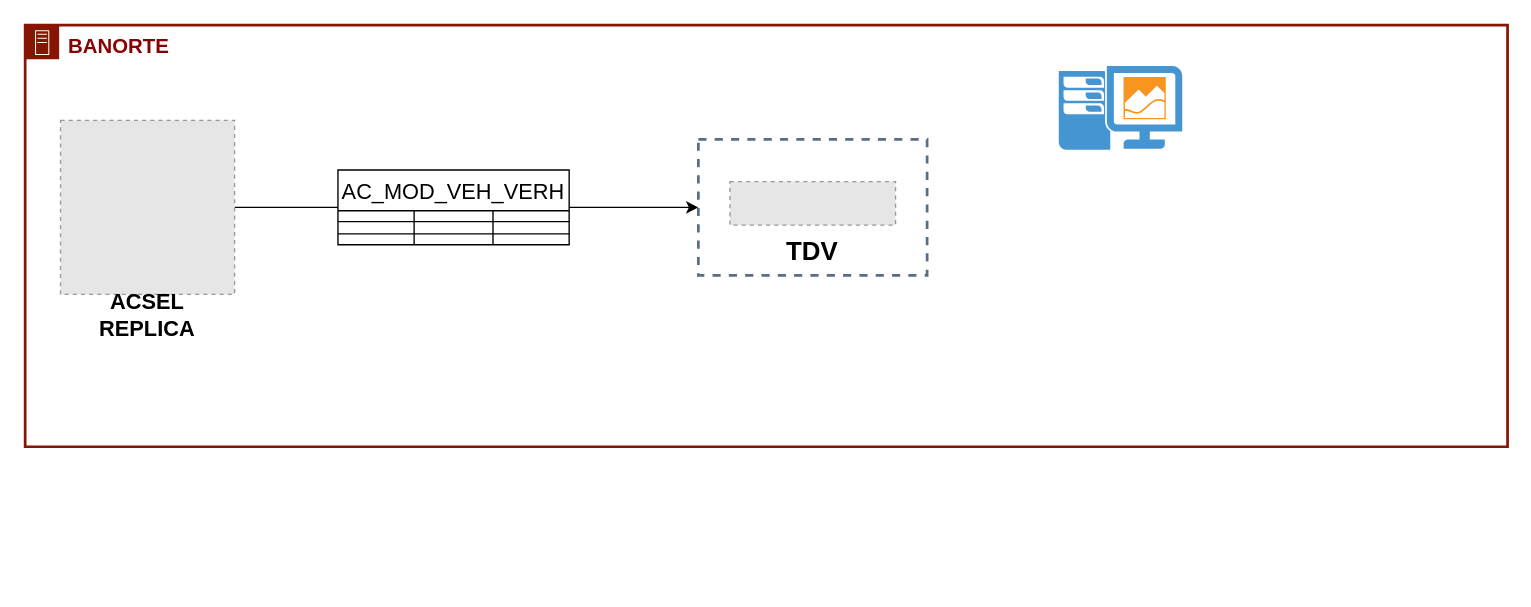
Earlier version of the draw.io diagram CatalogoAutos.drawio (endoeca2/Diagramas). Source tidied: cells renumbered, new cells numbered last; positions are measured from the earlier drawing's top-left corner, leaving out a move shared by most shapes. Both pictures are drawn from the tidied source at 136%, with x=0, y=0 at pixel (24, 24). Pictures stored in the file or linked from it are replaced by grey dashed boxes.
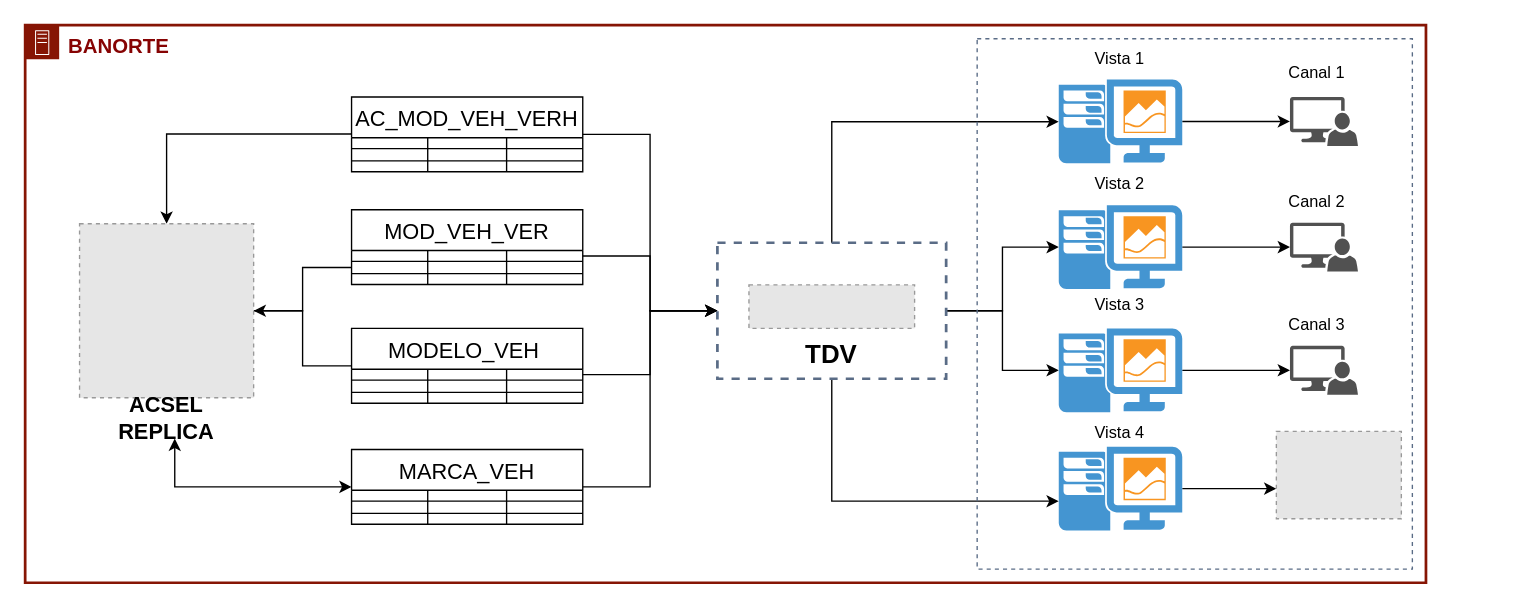
The same diagram, later.

Diff of the diagram source:
```diff
@@
     <mxCell id="2" value="&lt;b&gt;&lt;font color=&quot;#860303&quot; style=&quot;font-size: 15px;&quot;&gt;BANORTE&lt;/font&gt;&lt;/b&gt;" style="gradientColor=none;html=1;whiteSpace=wrap;fontSize=12;fontStyle=0;shape=mxgraph.aws4.group;grIcon=mxgraph.aws4.group_on_premise;strokeColor=#861504;fillColor=none;verticalAlign=top;align=left;spacingLeft=30;fontColor=#5A6C86;dashed=0;strokeWidth=2;" parent="1" vertex="1">
-      <mxGeometry width="1090" height="310" as="geometry" />
+      <mxGeometry width="1030" height="410" as="geometry" />
     </mxCell>
-    <mxCell id="3" style="edgeStyle=orthogonalEdgeStyle;rounded=0;jettySize=auto;html=1;endArrow=none;endFill=0;" parent="2" edge="1" source="4" target="6">
-      <mxGeometry relative="1" as="geometry" />
+    <mxCell id="3" style="edgeStyle=orthogonalEdgeStyle;rounded=0;jettySize=auto;html=1;endArrow=none;endFill=0;startArrow=classic;startFill=1;" parent="2" edge="1" source="4" target="6">
+      <mxGeometry relative="1" as="geometry">
+        <Array as="points">
+          <mxPoint x="104" y="80" />
+        </Array>
+      </mxGeometry>
     </mxCell>
+    <mxCell id="24" style="edgeStyle=orthogonalEdgeStyle;rounded=0;jettySize=auto;html=1;entryX=0;entryY=0.5;entryDx=0;entryDy=0;endArrow=none;endFill=0;" parent="2" edge="1" source="4" target="51">
+      <mxGeometry relative="1" as="geometry" />
+    </mxCell>
+    <mxCell id="25" style="edgeStyle=orthogonalEdgeStyle;rounded=0;jettySize=auto;html=1;entryX=0;entryY=0.5;entryDx=0;entryDy=0;endArrow=none;endFill=0;startArrow=classic;startFill=1;" parent="2" edge="1" source="4" target="59">
+      <mxGeometry relative="1" as="geometry" />
+    </mxCell>
     <mxCell id="4" style="fillColor=#E6E6E6;strokeColor=#999999;dashed=1;html=1;verticalAlign=top;verticalLabelPosition=bottom;labelBackgroundColor=#ffffff;" parent="2" vertex="1">
-      <mxGeometry x="26" y="70" width="128" height="128" as="geometry" />
+      <mxGeometry x="40" y="146" width="128" height="128" as="geometry" />
     </mxCell>
+    <mxCell id="26" style="edgeStyle=orthogonalEdgeStyle;rounded=0;jettySize=auto;html=1;entryX=0;entryY=0.5;entryDx=0;entryDy=0;startArrow=classic;startFill=1;" parent="2" edge="1" source="5" target="73">
+      <mxGeometry relative="1" as="geometry">
+        <Array as="points">
+          <mxPoint x="110" y="340" />
+        </Array>
+      </mxGeometry>
+    </mxCell>
     <mxCell id="5" value="&lt;font style=&quot;font-size: 16px;&quot;&gt;ACSEL&lt;br&gt;REPLICA&lt;/font&gt;" style="text;html=1;strokeColor=none;fillColor=none;align=center;verticalAlign=middle;whiteSpace=wrap;rounded=0;fontSize=15;fontStyle=1;" parent="2" vertex="1">
-      <mxGeometry x="41.2" y="198" width="97.5" height="30" as="geometry" />
+      <mxGeometry x="55.2" y="274" width="97.5" height="30" as="geometry" />
     </mxCell>
     <mxCell id="6" value="AC_MOD_VEH_VERH" style="shape=table;startSize=30;childLayout=tableLayout;strokeColor=default;fontSize=16;" parent="2" vertex="1">
-      <mxGeometry x="230" y="106.5" width="170" height="55" as="geometry" />
+      <mxGeometry x="240" y="52.8" width="170" height="55" as="geometry" />
     </mxCell>
@@
     <mxCell id="19" style="fillColor=#E6E6E6;strokeColor=#999999;dashed=1;verticalLabelPosition=bottom;labelBackgroundColor=default;verticalAlign=top;" parent="2" vertex="1">
-      <mxGeometry x="518.2" y="115" width="121.8" height="32" as="geometry" />
+      <mxGeometry x="532.2" y="191" width="121.8" height="32" as="geometry" />
     </mxCell>
     <mxCell id="20" value="&lt;font style=&quot;font-size: 19px;&quot;&gt;TDV&lt;/font&gt;" style="text;html=1;strokeColor=none;fillColor=none;align=center;verticalAlign=middle;whiteSpace=wrap;rounded=0;fontSize=17;fontStyle=1;" parent="2" vertex="1">
-      <mxGeometry x="529.1" y="147" width="100" height="40" as="geometry" />
+      <mxGeometry x="543.1" y="223" width="100" height="40" as="geometry" />
     </mxCell>
+    <mxCell id="27" style="edgeStyle=orthogonalEdgeStyle;rounded=0;jettySize=auto;html=1;" parent="2" edge="1" source="21" target="33">
+      <mxGeometry relative="1" as="geometry" />
+    </mxCell>
+    <mxCell id="28" style="edgeStyle=orthogonalEdgeStyle;rounded=0;jettySize=auto;html=1;" parent="2" edge="1" source="21" target="35">
+      <mxGeometry relative="1" as="geometry" />
+    </mxCell>
+    <mxCell id="29" style="edgeStyle=orthogonalEdgeStyle;rounded=0;jettySize=auto;html=1;" parent="2" edge="1" source="21" target="37">
+      <mxGeometry relative="1" as="geometry">
+        <Array as="points">
+          <mxPoint x="593" y="350" />
+        </Array>
+      </mxGeometry>
+    </mxCell>
+    <mxCell id="30" style="edgeStyle=orthogonalEdgeStyle;rounded=0;jettySize=auto;html=1;" parent="2" edge="1" source="21" target="23">
+      <mxGeometry relative="1" as="geometry">
+        <Array as="points">
+          <mxPoint x="593" y="71" />
+        </Array>
+      </mxGeometry>
+    </mxCell>
     <mxCell id="21" style="fillColor=none;strokeColor=#5A6C86;dashed=1;verticalAlign=top;fontStyle=0;fontColor=#5A6C86;whiteSpace=wrap;html=1;strokeWidth=2;" parent="2" vertex="1">
-      <mxGeometry x="495" y="84" width="168.2" height="100" as="geometry" />
+      <mxGeometry x="509" y="160" width="168.2" height="100" as="geometry" />
     </mxCell>
@@
+    <mxCell id="31" style="edgeStyle=orthogonalEdgeStyle;rounded=0;jettySize=auto;html=1;" parent="2" edge="1" source="23" target="42">
+      <mxGeometry relative="1" as="geometry" />
+    </mxCell>
     <mxCell id="23" style="shadow=0;dashed=0;html=1;strokeColor=none;fillColor=#4495D1;labelPosition=center;verticalLabelPosition=bottom;verticalAlign=top;align=center;outlineConnect=0;shape=mxgraph.veeam.one_client;" parent="2" vertex="1">
-      <mxGeometry x="760" y="30" width="90.8" height="61.6" as="geometry" />
+      <mxGeometry x="760" y="40" width="90.8" height="61.6" as="geometry" />
     </mxCell>
+    <mxCell id="32" style="edgeStyle=orthogonalEdgeStyle;rounded=0;jettySize=auto;html=1;entryX=0;entryY=0.5;entryDx=0;entryDy=0;entryPerimeter=0;" parent="2" edge="1" source="33" target="44">
+      <mxGeometry relative="1" as="geometry" />
+    </mxCell>
+    <mxCell id="33" style="shadow=0;dashed=0;html=1;strokeColor=none;fillColor=#4495D1;labelPosition=center;verticalLabelPosition=bottom;verticalAlign=top;align=center;outlineConnect=0;shape=mxgraph.veeam.one_client;" parent="2" vertex="1">
+      <mxGeometry x="760" y="132.4" width="90.8" height="61.6" as="geometry" />
+    </mxCell>
+    <mxCell id="34" style="edgeStyle=orthogonalEdgeStyle;rounded=0;jettySize=auto;html=1;entryX=0;entryY=0.5;entryDx=0;entryDy=0;entryPerimeter=0;" parent="2" edge="1" source="35" target="43">
+      <mxGeometry relative="1" as="geometry" />
+    </mxCell>
+    <mxCell id="35" style="shadow=0;dashed=0;html=1;strokeColor=none;fillColor=#4495D1;labelPosition=center;verticalLabelPosition=bottom;verticalAlign=top;align=center;outlineConnect=0;shape=mxgraph.veeam.one_client;" parent="2" vertex="1">
+      <mxGeometry x="760" y="223" width="90.8" height="61.6" as="geometry" />
+    </mxCell>
+    <mxCell id="36" style="edgeStyle=orthogonalEdgeStyle;rounded=0;jettySize=auto;html=1;entryX=0;entryY=0.5;entryDx=0;entryDy=0;" parent="2" edge="1" source="37">
+      <mxGeometry relative="1" as="geometry">
+        <mxPoint x="920" y="340.8" as="targetPoint" />
+      </mxGeometry>
+    </mxCell>
+    <mxCell id="37" style="shadow=0;dashed=0;html=1;strokeColor=none;fillColor=#4495D1;labelPosition=center;verticalLabelPosition=bottom;verticalAlign=top;align=center;outlineConnect=0;shape=mxgraph.veeam.one_client;" parent="2" vertex="1">
+      <mxGeometry x="760" y="310" width="90.8" height="61.6" as="geometry" />
+    </mxCell>
+    <mxCell id="38" value="Vista 1" style="text;html=1;strokeColor=none;fillColor=none;align=center;verticalAlign=middle;whiteSpace=wrap;rounded=0;" parent="2" vertex="1">
+      <mxGeometry x="775.4" y="10" width="60" height="30" as="geometry" />
+    </mxCell>
+    <mxCell id="39" value="Vista 2" style="text;html=1;strokeColor=none;fillColor=none;align=center;verticalAlign=middle;whiteSpace=wrap;rounded=0;" parent="2" vertex="1">
+      <mxGeometry x="775.4" y="102.4" width="60" height="30" as="geometry" />
+    </mxCell>
+    <mxCell id="40" value="Vista 3" style="text;html=1;strokeColor=none;fillColor=none;align=center;verticalAlign=middle;whiteSpace=wrap;rounded=0;" parent="2" vertex="1">
+      <mxGeometry x="775.4" y="191" width="60" height="30" as="geometry" />
+    </mxCell>
+    <mxCell id="41" value="Vista 4" style="text;html=1;strokeColor=none;fillColor=none;align=center;verticalAlign=middle;whiteSpace=wrap;rounded=0;" parent="2" vertex="1">
+      <mxGeometry x="775.4" y="284.6" width="60" height="30" as="geometry" />
+    </mxCell>
+    <mxCell id="42" style="sketch=0;shadow=0;dashed=0;html=1;strokeColor=none;labelPosition=center;verticalLabelPosition=bottom;verticalAlign=top;align=center;fillColor=#515151;shape=mxgraph.mscae.system_center.admin_console;" parent="2" vertex="1">
+      <mxGeometry x="930" y="52.8" width="50" height="36" as="geometry" />
+    </mxCell>
+    <mxCell id="43" style="sketch=0;shadow=0;dashed=0;html=1;strokeColor=none;labelPosition=center;verticalLabelPosition=bottom;verticalAlign=top;align=center;fillColor=#515151;shape=mxgraph.mscae.system_center.admin_console;" parent="2" vertex="1">
+      <mxGeometry x="930" y="235.8" width="50" height="36" as="geometry" />
+    </mxCell>
+    <mxCell id="44" style="sketch=0;shadow=0;dashed=0;html=1;strokeColor=none;labelPosition=center;verticalLabelPosition=bottom;verticalAlign=top;align=center;fillColor=#515151;shape=mxgraph.mscae.system_center.admin_console;" parent="2" vertex="1">
+      <mxGeometry x="930" y="145.2" width="50" height="36" as="geometry" />
+    </mxCell>
+    <mxCell id="45" style="fillColor=#E6E6E6;strokeColor=#999999;dashed=1;verticalLabelPosition=bottom;labelBackgroundColor=default;verticalAlign=top;" parent="2" vertex="1">
+      <mxGeometry x="920" y="298.7" width="91.9" height="64.2" as="geometry" />
+    </mxCell>
+    <mxCell id="46" value="MOD_VEH_VER" style="shape=table;startSize=30;childLayout=tableLayout;strokeColor=default;fontSize=16;" parent="2" vertex="1">
+      <mxGeometry x="240" y="135.7" width="170" height="55" as="geometry" />
+    </mxCell>
+    <mxCell id="47" style="shape=tableRow;horizontal=0;startSize=0;swimlaneHead=0;swimlaneBody=0;strokeColor=inherit;top=0;left=0;bottom=0;right=0;fillColor=none;points=[[0,0.5],[1,0.5]];portConstraint=eastwest;fontSize=16;" parent="46" vertex="1">
+      <mxGeometry y="30" width="170" height="8" as="geometry" />
+    </mxCell>
+    <mxCell id="48" style="shape=partialRectangle;html=1;whiteSpace=wrap;strokeColor=inherit;overflow=hidden;fillColor=none;top=0;left=0;bottom=0;right=0;fontSize=16;" parent="47" vertex="1">
+      <mxGeometry width="56" height="8" as="geometry" />
+    </mxCell>
+    <mxCell id="49" style="shape=partialRectangle;html=1;whiteSpace=wrap;strokeColor=inherit;overflow=hidden;fillColor=none;top=0;left=0;bottom=0;right=0;fontSize=16;" parent="47" vertex="1">
+      <mxGeometry x="56" width="58" height="8" as="geometry" />
+    </mxCell>
+    <mxCell id="50" style="shape=partialRectangle;html=1;whiteSpace=wrap;strokeColor=inherit;overflow=hidden;fillColor=none;top=0;left=0;bottom=0;right=0;fontSize=16;" parent="47" vertex="1">
+      <mxGeometry x="114" width="56" height="8" as="geometry" />
+    </mxCell>
+    <mxCell id="51" style="shape=tableRow;horizontal=0;startSize=0;swimlaneHead=0;swimlaneBody=0;strokeColor=inherit;top=0;left=0;bottom=0;right=0;fillColor=none;points=[[0,0.5],[1,0.5]];portConstraint=eastwest;fontSize=16;" parent="46" vertex="1">
+      <mxGeometry y="38" width="170" height="9" as="geometry" />
+    </mxCell>
+    <mxCell id="52" style="shape=partialRectangle;html=1;whiteSpace=wrap;strokeColor=inherit;overflow=hidden;fillColor=none;top=0;left=0;bottom=0;right=0;fontSize=16;" parent="51" vertex="1">
+      <mxGeometry width="56" height="9" as="geometry" />
+    </mxCell>
+    <mxCell id="53" style="shape=partialRectangle;html=1;whiteSpace=wrap;strokeColor=inherit;overflow=hidden;fillColor=none;top=0;left=0;bottom=0;right=0;fontSize=16;" parent="51" vertex="1">
+      <mxGeometry x="56" width="58" height="9" as="geometry" />
+    </mxCell>
+    <mxCell id="54" style="shape=partialRectangle;html=1;whiteSpace=wrap;strokeColor=inherit;overflow=hidden;fillColor=none;top=0;left=0;bottom=0;right=0;fontSize=16;" parent="51" vertex="1">
+      <mxGeometry x="114" width="56" height="9" as="geometry" />
+    </mxCell>
+    <mxCell id="55" style="shape=tableRow;horizontal=0;startSize=0;swimlaneHead=0;swimlaneBody=0;strokeColor=inherit;top=0;left=0;bottom=0;right=0;fillColor=none;fontSize=16;" parent="46" vertex="1">
+      <mxGeometry y="47" width="170" height="8" as="geometry" />
+    </mxCell>
+    <mxCell id="56" style="shape=partialRectangle;html=1;whiteSpace=wrap;strokeColor=inherit;overflow=hidden;fillColor=none;top=0;left=0;bottom=0;right=0;fontSize=16;" parent="55" vertex="1">
+      <mxGeometry width="56" height="8" as="geometry" />
+    </mxCell>
+    <mxCell id="57" style="shape=partialRectangle;html=1;whiteSpace=wrap;strokeColor=inherit;overflow=hidden;fillColor=none;top=0;left=0;bottom=0;right=0;fontSize=16;" parent="55" vertex="1">
+      <mxGeometry x="56" width="58" height="8" as="geometry" />
+    </mxCell>
+    <mxCell id="58" style="shape=partialRectangle;html=1;whiteSpace=wrap;strokeColor=inherit;overflow=hidden;fillColor=none;top=0;left=0;bottom=0;right=0;fontSize=16;" parent="55" vertex="1">
+      <mxGeometry x="114" width="56" height="8" as="geometry" />
+    </mxCell>
+    <mxCell id="59" value="MODELO_VEH " style="shape=table;startSize=30;childLayout=tableLayout;strokeColor=default;fontSize=16;" parent="2" vertex="1">
+      <mxGeometry x="240" y="223" width="170" height="55" as="geometry" />
+    </mxCell>
+    <mxCell id="60" style="shape=tableRow;horizontal=0;startSize=0;swimlaneHead=0;swimlaneBody=0;strokeColor=inherit;top=0;left=0;bottom=0;right=0;fillColor=none;points=[[0,0.5],[1,0.5]];portConstraint=eastwest;fontSize=16;" parent="59" vertex="1">
+      <mxGeometry y="30" width="170" height="8" as="geometry" />
+    </mxCell>
+    <mxCell id="61" style="shape=partialRectangle;html=1;whiteSpace=wrap;strokeColor=inherit;overflow=hidden;fillColor=none;top=0;left=0;bottom=0;right=0;fontSize=16;" parent="60" vertex="1">
+      <mxGeometry width="56" height="8" as="geometry" />
+    </mxCell>
+    <mxCell id="62" style="shape=partialRectangle;html=1;whiteSpace=wrap;strokeColor=inherit;overflow=hidden;fillColor=none;top=0;left=0;bottom=0;right=0;fontSize=16;" parent="60" vertex="1">
+      <mxGeometry x="56" width="58" height="8" as="geometry" />
+    </mxCell>
+    <mxCell id="63" style="shape=partialRectangle;html=1;whiteSpace=wrap;strokeColor=inherit;overflow=hidden;fillColor=none;top=0;left=0;bottom=0;right=0;fontSize=16;" parent="60" vertex="1">
+      <mxGeometry x="114" width="56" height="8" as="geometry" />
+    </mxCell>
+    <mxCell id="64" style="shape=tableRow;horizontal=0;startSize=0;swimlaneHead=0;swimlaneBody=0;strokeColor=inherit;top=0;left=0;bottom=0;right=0;fillColor=none;fontSize=16;" parent="59" vertex="1">
+      <mxGeometry y="38" width="170" height="9" as="geometry" />
+    </mxCell>
+    <mxCell id="65" style="shape=partialRectangle;html=1;whiteSpace=wrap;strokeColor=inherit;overflow=hidden;fillColor=none;top=0;left=0;bottom=0;right=0;fontSize=16;" parent="64" vertex="1">
+      <mxGeometry width="56" height="9" as="geometry" />
+    </mxCell>
+    <mxCell id="66" style="shape=partialRectangle;html=1;whiteSpace=wrap;strokeColor=inherit;overflow=hidden;fillColor=none;top=0;left=0;bottom=0;right=0;fontSize=16;" parent="64" vertex="1">
+      <mxGeometry x="56" width="58" height="9" as="geometry" />
+    </mxCell>
+    <mxCell id="67" style="shape=partialRectangle;html=1;whiteSpace=wrap;strokeColor=inherit;overflow=hidden;fillColor=none;top=0;left=0;bottom=0;right=0;fontSize=16;" parent="64" vertex="1">
+      <mxGeometry x="114" width="56" height="9" as="geometry" />
+    </mxCell>
+    <mxCell id="68" style="shape=tableRow;horizontal=0;startSize=0;swimlaneHead=0;swimlaneBody=0;strokeColor=inherit;top=0;left=0;bottom=0;right=0;fillColor=none;fontSize=16;" parent="59" vertex="1">
+      <mxGeometry y="47" width="170" height="8" as="geometry" />
+    </mxCell>
+    <mxCell id="69" style="shape=partialRectangle;html=1;whiteSpace=wrap;strokeColor=inherit;overflow=hidden;fillColor=none;top=0;left=0;bottom=0;right=0;fontSize=16;" parent="68" vertex="1">
+      <mxGeometry width="56" height="8" as="geometry" />
+    </mxCell>
+    <mxCell id="70" style="shape=partialRectangle;html=1;whiteSpace=wrap;strokeColor=inherit;overflow=hidden;fillColor=none;top=0;left=0;bottom=0;right=0;fontSize=16;" parent="68" vertex="1">
+      <mxGeometry x="56" width="58" height="8" as="geometry" />
+    </mxCell>
+    <mxCell id="71" style="shape=partialRectangle;html=1;whiteSpace=wrap;strokeColor=inherit;overflow=hidden;fillColor=none;top=0;left=0;bottom=0;right=0;fontSize=16;" parent="68" vertex="1">
+      <mxGeometry x="114" width="56" height="8" as="geometry" />
+    </mxCell>
+    <mxCell id="72" style="edgeStyle=orthogonalEdgeStyle;rounded=0;jettySize=auto;html=1;entryX=0;entryY=0.5;entryDx=0;entryDy=0;" parent="2" edge="1" source="73" target="21">
+      <mxGeometry relative="1" as="geometry" />
+    </mxCell>
+    <mxCell id="73" value="MARCA_VEH" style="shape=table;startSize=30;childLayout=tableLayout;strokeColor=default;fontSize=16;" parent="2" vertex="1">
+      <mxGeometry x="240" y="312" width="170" height="55" as="geometry" />
+    </mxCell>
+    <mxCell id="74" style="shape=tableRow;horizontal=0;startSize=0;swimlaneHead=0;swimlaneBody=0;strokeColor=inherit;top=0;left=0;bottom=0;right=0;fillColor=none;fontSize=16;" parent="73" vertex="1">
+      <mxGeometry y="30" width="170" height="8" as="geometry" />
+    </mxCell>
+    <mxCell id="75" style="shape=partialRectangle;html=1;whiteSpace=wrap;strokeColor=inherit;overflow=hidden;fillColor=none;top=0;left=0;bottom=0;right=0;fontSize=16;" parent="74" vertex="1">
+      <mxGeometry width="56" height="8" as="geometry" />
+    </mxCell>
+    <mxCell id="76" style="shape=partialRectangle;html=1;whiteSpace=wrap;strokeColor=inherit;overflow=hidden;fillColor=none;top=0;left=0;bottom=0;right=0;fontSize=16;" parent="74" vertex="1">
+      <mxGeometry x="56" width="58" height="8" as="geometry" />
+    </mxCell>
+    <mxCell id="77" style="shape=partialRectangle;html=1;whiteSpace=wrap;strokeColor=inherit;overflow=hidden;fillColor=none;top=0;left=0;bottom=0;right=0;fontSize=16;" parent="74" vertex="1">
+      <mxGeometry x="114" width="56" height="8" as="geometry" />
+    </mxCell>
+    <mxCell id="78" style="shape=tableRow;horizontal=0;startSize=0;swimlaneHead=0;swimlaneBody=0;strokeColor=inherit;top=0;left=0;bottom=0;right=0;fillColor=none;fontSize=16;" parent="73" vertex="1">
+      <mxGeometry y="38" width="170" height="9" as="geometry" />
+    </mxCell>
+    <mxCell id="79" style="shape=partialRectangle;html=1;whiteSpace=wrap;strokeColor=inherit;overflow=hidden;fillColor=none;top=0;left=0;bottom=0;right=0;fontSize=16;" parent="78" vertex="1">
+      <mxGeometry width="56" height="9" as="geometry" />
+    </mxCell>
+    <mxCell id="80" style="shape=partialRectangle;html=1;whiteSpace=wrap;strokeColor=inherit;overflow=hidden;fillColor=none;top=0;left=0;bottom=0;right=0;fontSize=16;" parent="78" vertex="1">
+      <mxGeometry x="56" width="58" height="9" as="geometry" />
+    </mxCell>
+    <mxCell id="81" style="shape=partialRectangle;html=1;whiteSpace=wrap;strokeColor=inherit;overflow=hidden;fillColor=none;top=0;left=0;bottom=0;right=0;fontSize=16;" parent="78" vertex="1">
+      <mxGeometry x="114" width="56" height="9" as="geometry" />
+    </mxCell>
+    <mxCell id="82" style="shape=tableRow;horizontal=0;startSize=0;swimlaneHead=0;swimlaneBody=0;strokeColor=inherit;top=0;left=0;bottom=0;right=0;fillColor=none;fontSize=16;" parent="73" vertex="1">
+      <mxGeometry y="47" width="170" height="8" as="geometry" />
+    </mxCell>
+    <mxCell id="83" style="shape=partialRectangle;html=1;whiteSpace=wrap;strokeColor=inherit;overflow=hidden;fillColor=none;top=0;left=0;bottom=0;right=0;fontSize=16;" parent="82" vertex="1">
+      <mxGeometry width="56" height="8" as="geometry" />
+    </mxCell>
+    <mxCell id="84" style="shape=partialRectangle;html=1;whiteSpace=wrap;strokeColor=inherit;overflow=hidden;fillColor=none;top=0;left=0;bottom=0;right=0;fontSize=16;" parent="82" vertex="1">
+      <mxGeometry x="56" width="58" height="8" as="geometry" />
+    </mxCell>
+    <mxCell id="85" style="shape=partialRectangle;html=1;whiteSpace=wrap;strokeColor=inherit;overflow=hidden;fillColor=none;top=0;left=0;bottom=0;right=0;fontSize=16;" parent="82" vertex="1">
+      <mxGeometry x="114" width="56" height="8" as="geometry" />
+    </mxCell>
+    <mxCell id="86" style="edgeStyle=orthogonalEdgeStyle;rounded=0;jettySize=auto;html=1;entryX=0;entryY=0.5;entryDx=0;entryDy=0;" parent="2" edge="1" source="47" target="21">
+      <mxGeometry relative="1" as="geometry" />
+    </mxCell>
+    <mxCell id="87" style="edgeStyle=orthogonalEdgeStyle;rounded=0;jettySize=auto;html=1;entryX=0;entryY=0.5;entryDx=0;entryDy=0;" parent="2" edge="1" source="60" target="21">
+      <mxGeometry relative="1" as="geometry" />
+    </mxCell>
+    <mxCell id="88" value="Canal 1" style="text;html=1;strokeColor=none;fillColor=none;align=center;verticalAlign=middle;whiteSpace=wrap;rounded=0;" parent="2" vertex="1">
+      <mxGeometry x="920" y="20" width="60" height="30" as="geometry" />
+    </mxCell>
+    <mxCell id="89" value="Canal 2" style="text;html=1;strokeColor=none;fillColor=none;align=center;verticalAlign=middle;whiteSpace=wrap;rounded=0;" parent="2" vertex="1">
+      <mxGeometry x="920" y="115.2" width="60" height="30" as="geometry" />
+    </mxCell>
+    <mxCell id="90" value="Canal 3" style="text;html=1;strokeColor=none;fillColor=none;align=center;verticalAlign=middle;whiteSpace=wrap;rounded=0;" parent="2" vertex="1">
+      <mxGeometry x="920" y="205.8" width="60" height="30" as="geometry" />
+    </mxCell>
+    <mxCell id="91" style="fillColor=none;strokeColor=#5A6C86;dashed=1;verticalAlign=top;fontStyle=0;fontColor=#5A6C86;whiteSpace=wrap;html=1;" parent="2" vertex="1">
+      <mxGeometry x="700" y="10" width="320" height="390" as="geometry" />
+    </mxCell>
```
